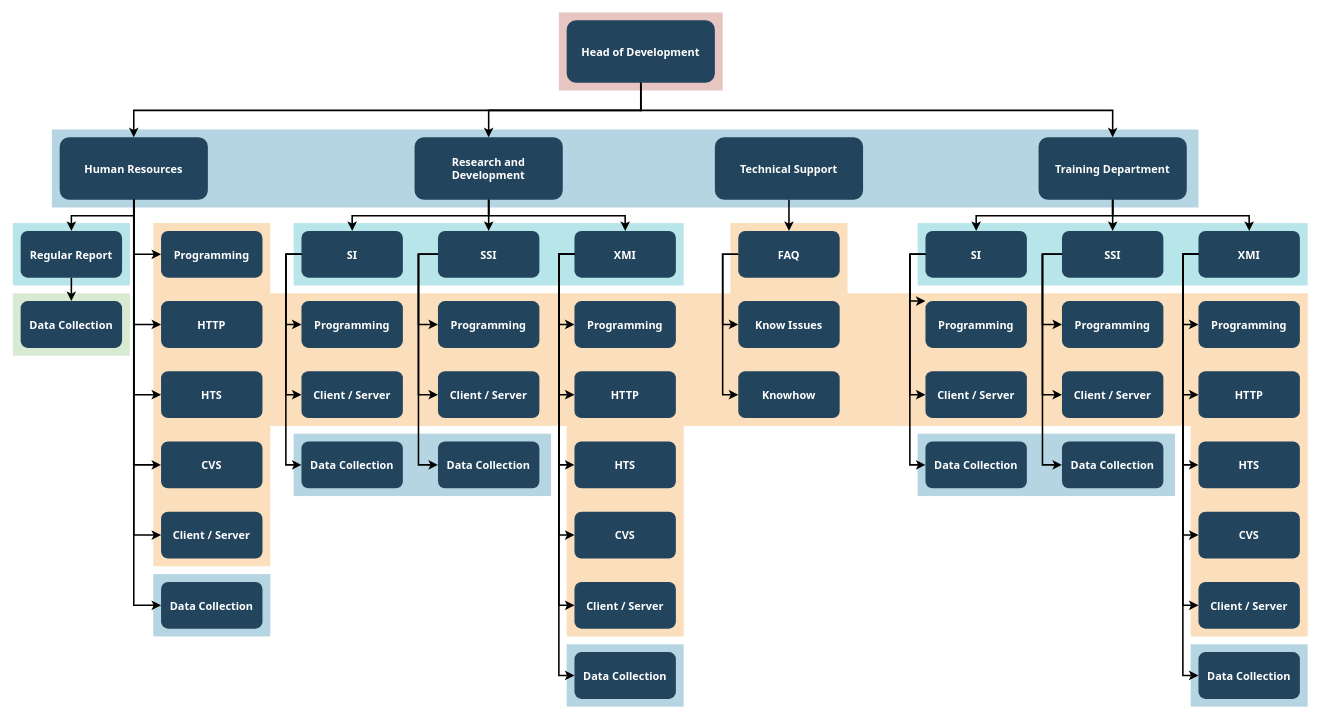
Above: Untitled Diagram.drawio in vctseo/t-o-website (draw.io), before the change. Source tidied: cells renumbered, new cells numbered last; positions are measured from the earlier drawing's top-left corner, leaving out a move shared by most shapes. Both pictures are drawn from the tidied source at 78%, with x=0, y=0 at pixel (12, 12).
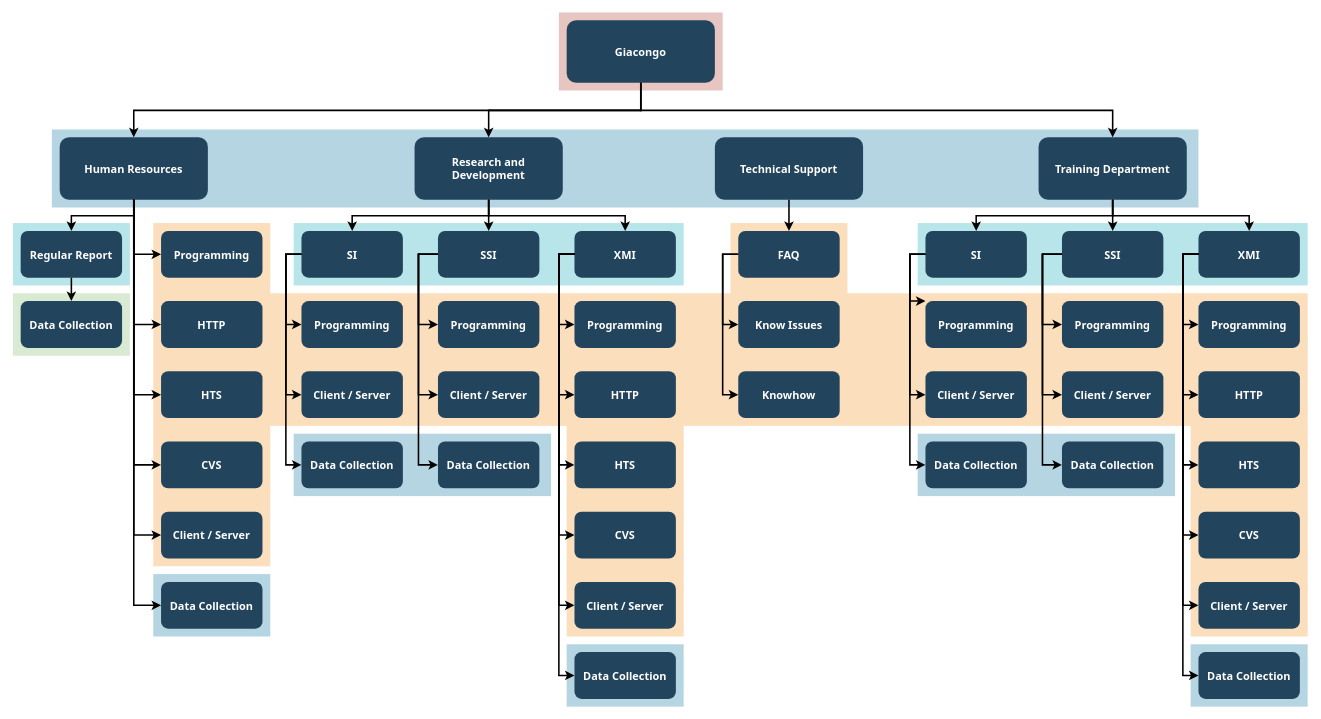
After the change.

The edit, as a diff of the source:
```diff
@@
-    <mxCell id="18" value="Head of Development" style="rounded=1;fillColor=#23445D;gradientColor=none;strokeColor=none;fontColor=#FFFFFF;fontStyle=1;fontFamily=Tahoma;fontSize=14;" parent="1" vertex="1">
+    <mxCell id="18" value="Giacongo" style="rounded=1;fillColor=#23445D;gradientColor=none;strokeColor=none;fontColor=#FFFFFF;fontStyle=1;fontFamily=Tahoma;fontSize=14;" parent="1" vertex="1">
       <mxGeometry x="710" y="9.5" width="190" height="80" as="geometry" />
     </mxCell>
```
